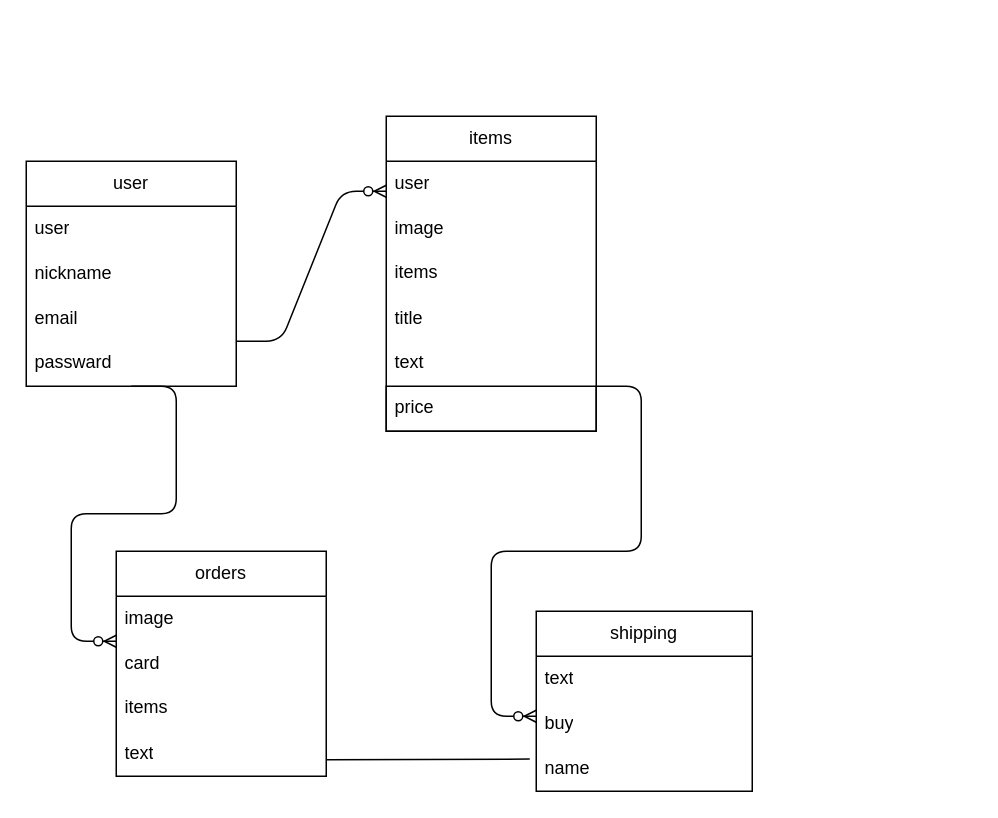
The draw.io diagram furima.dio in 20230824/furima-39867, before the edit. Source tidied: cells renumbered, new cells numbered last; positions are measured from the earlier drawing's top-left corner, leaving out a move shared by most shapes. Both pictures are drawn from the tidied source at 150%, with x=0, y=0 at pixel (26, 116).
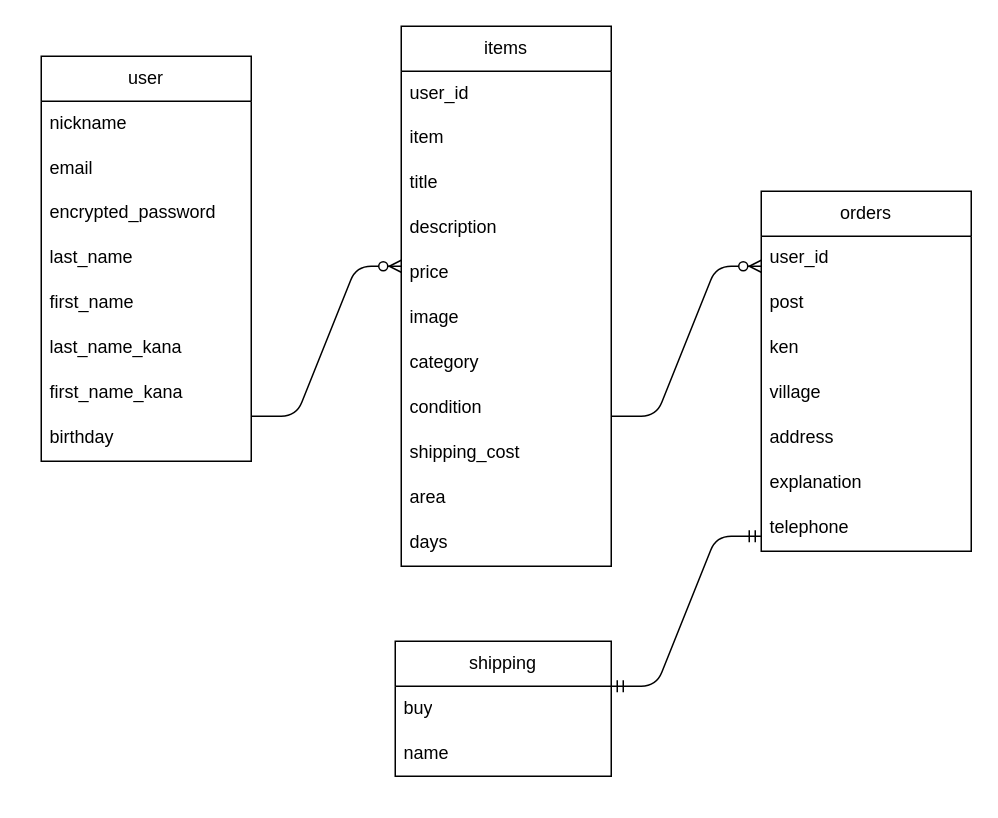
The same diagram, later.

Commit message (it also covers changes not shown here):
データベース設計、修正

Diff of the diagram source:
```diff
@@
     <mxCell id="2" value="user" style="swimlane;fontStyle=0;horizontal=1;startSize=30;whiteSpace=wrap;html=1;" parent="1" vertex="1">
-      <mxGeometry y="30" width="140" height="150" as="geometry" />
+      <mxGeometry x="10" y="-40" width="140" height="270" as="geometry" />
     </mxCell>
-    <mxCell id="3" value="user" style="text;strokeColor=none;fillColor=none;align=left;verticalAlign=middle;spacingLeft=4;spacingRight=4;overflow=hidden;whiteSpace=wrap;html=1;" parent="2" vertex="1">
-      <mxGeometry y="30" width="140" height="30" as="geometry" />
-    </mxCell>
     <mxCell id="4" value="nickname" style="text;strokeColor=none;fillColor=none;align=left;verticalAlign=middle;spacingLeft=4;spacingRight=4;overflow=hidden;whiteSpace=wrap;html=1;" parent="2" vertex="1">
-      <mxGeometry y="60" width="140" height="30" as="geometry" />
+      <mxGeometry y="30" width="140" height="30" as="geometry" />
     </mxCell>
-    <mxCell id="5" style="edgeStyle=entityRelationEdgeStyle;fontSize=12;html=1;endArrow=ERzeroToMany;endFill=1;" parent="2" edge="1">
-      <mxGeometry relative="1" as="geometry">
-        <mxPoint x="70" y="150" as="sourcePoint" />
-        <mxPoint x="60" y="320" as="targetPoint" />
-      </mxGeometry>
-    </mxCell>
     <mxCell id="6" value="email" style="text;strokeColor=none;fillColor=none;align=left;verticalAlign=middle;spacingLeft=4;spacingRight=4;overflow=hidden;whiteSpace=wrap;html=1;" parent="2" vertex="1">
-      <mxGeometry y="90" width="140" height="30" as="geometry" />
+      <mxGeometry y="60" width="140" height="30" as="geometry" />
     </mxCell>
+    <mxCell id="27" value="encrypted_password&#10;&#10;" style="text;strokeColor=none;fillColor=none;spacingLeft=4;spacingRight=4;overflow=hidden;fontSize=12;" parent="2" vertex="1">
+      <mxGeometry y="90" width="140" height="30" as="geometry" />
+    </mxCell>
+    <mxCell id="28" value="last_name &#10;&#10;" style="text;strokeColor=none;fillColor=none;spacingLeft=4;spacingRight=4;overflow=hidden;fontSize=12;" parent="2" vertex="1">
+      <mxGeometry y="120" width="140" height="30" as="geometry" />
+    </mxCell>
+    <mxCell id="29" value="first_name" style="text;strokeColor=none;fillColor=none;spacingLeft=4;spacingRight=4;overflow=hidden;fontSize=12;" parent="2" vertex="1">
+      <mxGeometry y="150" width="140" height="30" as="geometry" />
+    </mxCell>
-    <mxCell id="7" value="passward" style="text;strokeColor=none;fillColor=none;spacingLeft=4;spacingRight=4;overflow=hidden;fontSize=12;" parent="2" vertex="1">
-      <mxGeometry y="120" width="140" height="30" as="geometry" />
+    <mxCell id="7" value="last_name_kana&#10;&#10;" style="text;strokeColor=none;fillColor=none;spacingLeft=4;spacingRight=4;overflow=hidden;fontSize=12;" parent="2" vertex="1">
+      <mxGeometry y="180" width="140" height="30" as="geometry" />
     </mxCell>
+    <mxCell id="30" value="first_name_kana" style="text;strokeColor=none;fillColor=none;spacingLeft=4;spacingRight=4;overflow=hidden;fontSize=12;" parent="2" vertex="1">
+      <mxGeometry y="210" width="140" height="30" as="geometry" />
+    </mxCell>
+    <mxCell id="31" value="birthday " style="text;strokeColor=none;fillColor=none;spacingLeft=4;spacingRight=4;overflow=hidden;fontSize=12;" parent="2" vertex="1">
+      <mxGeometry y="240" width="140" height="30" as="geometry" />
+    </mxCell>
     <mxCell id="8" value="shipping" style="swimlane;fontStyle=0;horizontal=1;startSize=30;whiteSpace=wrap;html=1;" parent="1" vertex="1">
-      <mxGeometry x="340" y="330" width="144" height="120" as="geometry" />
+      <mxGeometry x="246" y="350" width="144" height="90" as="geometry" />
     </mxCell>
-    <mxCell id="9" value="text" style="text;strokeColor=none;fillColor=none;align=left;verticalAlign=middle;spacingLeft=4;spacingRight=4;overflow=hidden;whiteSpace=wrap;html=1;" parent="8" vertex="1">
-      <mxGeometry y="30" width="144" height="30" as="geometry" />
-    </mxCell>
     <mxCell id="10" value="buy" style="text;strokeColor=none;fillColor=none;align=left;verticalAlign=middle;spacingLeft=4;spacingRight=4;overflow=hidden;whiteSpace=wrap;html=1;" parent="8" vertex="1">
-      <mxGeometry y="60" width="144" height="30" as="geometry" />
+      <mxGeometry y="30" width="144" height="30" as="geometry" />
     </mxCell>
     <mxCell id="11" value="name" style="text;strokeColor=none;fillColor=none;align=left;verticalAlign=middle;spacingLeft=4;spacingRight=4;overflow=hidden;points=[[0,0.5],[1,0.5]];portConstraint=eastwest;whiteSpace=wrap;html=1;" parent="8" vertex="1">
-      <mxGeometry y="90" width="144" height="30" as="geometry" />
+      <mxGeometry y="60" width="144" height="30" as="geometry" />
     </mxCell>
     <mxCell id="12" value="items" style="swimlane;fontStyle=0;horizontal=1;startSize=30;whiteSpace=wrap;html=1;" parent="1" vertex="1">
-      <mxGeometry x="240" width="140" height="210" as="geometry" />
+      <mxGeometry x="250" y="-60" width="140" height="360" as="geometry" />
     </mxCell>
-    <mxCell id="13" value="user" style="text;strokeColor=none;fillColor=none;align=left;verticalAlign=middle;spacingLeft=4;spacingRight=4;overflow=hidden;whiteSpace=wrap;html=1;" parent="12" vertex="1">
+    <mxCell id="13" value="user_id" style="text;strokeColor=none;fillColor=none;align=left;verticalAlign=middle;spacingLeft=4;spacingRight=4;overflow=hidden;whiteSpace=wrap;html=1;" parent="12" vertex="1">
       <mxGeometry y="30" width="140" height="30" as="geometry" />
     </mxCell>
-    <mxCell id="14" value="image" style="text;strokeColor=none;fillColor=none;align=left;verticalAlign=middle;spacingLeft=4;spacingRight=4;overflow=hidden;whiteSpace=wrap;html=1;" parent="12" vertex="1">
-      <mxGeometry y="60" width="140" height="30" as="geometry" />
-    </mxCell>
+    <mxCell id="32" value="item" style="text;strokeColor=none;fillColor=none;spacingLeft=4;spacingRight=4;overflow=hidden;fontSize=12;" parent="12" vertex="1">
+      <mxGeometry y="60" width="140" height="30" as="geometry" />
+    </mxCell>
-    <mxCell id="15" value="items" style="text;strokeColor=none;fillColor=none;spacingLeft=4;spacingRight=4;overflow=hidden;fontSize=12;" parent="12" vertex="1">
+    <mxCell id="15" value="title " style="text;strokeColor=none;fillColor=none;spacingLeft=4;spacingRight=4;overflow=hidden;fontSize=12;" parent="12" vertex="1">
       <mxGeometry y="90" width="140" height="30" as="geometry" />
     </mxCell>
-    <mxCell id="16" value="title" style="text;strokeColor=none;fillColor=none;align=left;verticalAlign=middle;spacingLeft=4;spacingRight=4;overflow=hidden;whiteSpace=wrap;html=1;" parent="12" vertex="1">
-      <mxGeometry y="120" width="140" height="30" as="geometry" />
-    </mxCell>
+    <mxCell id="33" value="description " style="text;strokeColor=none;fillColor=none;spacingLeft=4;spacingRight=4;overflow=hidden;fontSize=12;" parent="12" vertex="1">
+      <mxGeometry y="120" width="140" height="30" as="geometry" />
+    </mxCell>
+    <mxCell id="18" value="price" style="text;strokeColor=none;fillColor=none;spacingLeft=4;spacingRight=4;overflow=hidden;fontSize=12;" parent="12" vertex="1">
+      <mxGeometry y="150" width="140" height="30" as="geometry" />
+    </mxCell>
+    <mxCell id="34" value="image" style="text;strokeColor=none;fillColor=none;spacingLeft=4;spacingRight=4;overflow=hidden;fontSize=12;" parent="12" vertex="1">
+      <mxGeometry y="180" width="140" height="30" as="geometry" />
+    </mxCell>
+    <mxCell id="35" value="category " style="text;strokeColor=none;fillColor=none;spacingLeft=4;spacingRight=4;overflow=hidden;fontSize=12;" parent="12" vertex="1">
+      <mxGeometry y="210" width="140" height="30" as="geometry" />
+    </mxCell>
-    <mxCell id="17" value="text" style="text;strokeColor=none;fillColor=none;spacingLeft=4;spacingRight=4;overflow=hidden;fontSize=12;" parent="12" vertex="1">
-      <mxGeometry y="150" width="140" height="30" as="geometry" />
+    <mxCell id="17" value="condition" style="text;strokeColor=none;fillColor=none;spacingLeft=4;spacingRight=4;overflow=hidden;fontSize=12;" parent="12" vertex="1">
+      <mxGeometry y="240" width="140" height="30" as="geometry" />
     </mxCell>
-    <mxCell id="18" value="price" style="text;strokeColor=default;fillColor=none;spacingLeft=4;spacingRight=4;overflow=hidden;fontSize=12;" parent="12" vertex="1">
-      <mxGeometry y="180" width="140" height="30" as="geometry" />
-    </mxCell>
-    <mxCell id="19" style="edgeStyle=entityRelationEdgeStyle;fontSize=12;html=1;endArrow=ERzeroToMany;endFill=1;" parent="1" edge="1">
-      <mxGeometry relative="1" as="geometry">
-        <mxPoint x="140" y="150" as="sourcePoint" />
-        <mxPoint x="240" y="50" as="targetPoint" />
-      </mxGeometry>
-    </mxCell>
+    <mxCell id="36" value="shipping_cost" style="text;strokeColor=none;fillColor=none;spacingLeft=4;spacingRight=4;overflow=hidden;fontSize=12;" parent="12" vertex="1">
+      <mxGeometry y="270" width="140" height="30" as="geometry" />
+    </mxCell>
+    <mxCell id="37" value="area " style="text;strokeColor=none;fillColor=none;spacingLeft=4;spacingRight=4;overflow=hidden;fontSize=12;" parent="12" vertex="1">
+      <mxGeometry y="300" width="140" height="30" as="geometry" />
+    </mxCell>
+    <mxCell id="38" value="days  " style="text;strokeColor=none;fillColor=none;spacingLeft=4;spacingRight=4;overflow=hidden;fontSize=12;" parent="12" vertex="1">
+      <mxGeometry y="330" width="140" height="30" as="geometry" />
+    </mxCell>
     <mxCell id="20" value="orders" style="swimlane;fontStyle=0;horizontal=1;startSize=30;whiteSpace=wrap;html=1;" parent="1" vertex="1">
-      <mxGeometry x="60" y="290" width="140" height="150" as="geometry" />
+      <mxGeometry x="490" y="50" width="140" height="240" as="geometry" />
     </mxCell>
-    <mxCell id="21" value="image" style="text;strokeColor=none;fillColor=none;align=left;verticalAlign=middle;spacingLeft=4;spacingRight=4;overflow=hidden;whiteSpace=wrap;html=1;" parent="20" vertex="1">
-      <mxGeometry y="30" width="140" height="30" as="geometry" />
-    </mxCell>
-    <mxCell id="22" value="card" style="text;strokeColor=none;fillColor=none;align=left;verticalAlign=middle;spacingLeft=4;spacingRight=4;overflow=hidden;whiteSpace=wrap;html=1;" parent="20" vertex="1">
-      <mxGeometry y="60" width="140" height="30" as="geometry" />
-    </mxCell>
+    <mxCell id="39" value="user_id&#10;&#10;" style="text;strokeColor=none;fillColor=none;spacingLeft=4;spacingRight=4;overflow=hidden;fontSize=12;" parent="20" vertex="1">
+      <mxGeometry y="30" width="140" height="30" as="geometry" />
+    </mxCell>
-    <mxCell id="23" value="items" style="text;strokeColor=none;fillColor=none;spacingLeft=4;spacingRight=4;overflow=hidden;fontSize=12;" parent="20" vertex="1">
-      <mxGeometry y="90" width="140" height="30" as="geometry" />
+    <mxCell id="23" value="post" style="text;strokeColor=none;fillColor=none;spacingLeft=4;spacingRight=4;overflow=hidden;fontSize=12;" parent="20" vertex="1">
+      <mxGeometry y="60" width="140" height="30" as="geometry" />
     </mxCell>
-    <mxCell id="24" value="text" style="text;strokeColor=none;fillColor=none;align=left;verticalAlign=middle;spacingLeft=4;spacingRight=4;overflow=hidden;whiteSpace=wrap;html=1;" parent="20" vertex="1">
-      <mxGeometry y="120" width="140" height="30" as="geometry" />
-    </mxCell>
-    <mxCell id="25" style="edgeStyle=entityRelationEdgeStyle;fontSize=12;html=1;endArrow=ERzeroToMany;endFill=1;" parent="1" edge="1">
-      <mxGeometry relative="1" as="geometry">
-        <mxPoint x="380" y="180" as="sourcePoint" />
-        <mxPoint x="340" y="400" as="targetPoint" />
-      </mxGeometry>
-    </mxCell>
-    <mxCell id="26" style="endArrow=none;html=1;rounded=0;entryX=-0.03;entryY=0.286;entryDx=0;entryDy=0;entryPerimeter=0;" parent="1" edge="1" target="11">
-      <mxGeometry relative="1" as="geometry">
-        <mxPoint x="200" y="429" as="sourcePoint" />
-      </mxGeometry>
-    </mxCell>
+    <mxCell id="40" value="ken " style="text;strokeColor=none;fillColor=none;spacingLeft=4;spacingRight=4;overflow=hidden;fontSize=12;" parent="20" vertex="1">
+      <mxGeometry y="90" width="140" height="30" as="geometry" />
+    </mxCell>
+    <mxCell id="41" value="village" style="text;strokeColor=none;fillColor=none;spacingLeft=4;spacingRight=4;overflow=hidden;fontSize=12;" parent="20" vertex="1">
+      <mxGeometry y="120" width="140" height="30" as="geometry" />
+    </mxCell>
+    <mxCell id="42" value="address" style="text;strokeColor=none;fillColor=none;spacingLeft=4;spacingRight=4;overflow=hidden;fontSize=12;" parent="20" vertex="1">
+      <mxGeometry y="150" width="140" height="30" as="geometry" />
+    </mxCell>
+    <mxCell id="43" value="explanation" style="text;strokeColor=none;fillColor=none;spacingLeft=4;spacingRight=4;overflow=hidden;fontSize=12;" parent="20" vertex="1">
+      <mxGeometry y="180" width="140" height="30" as="geometry" />
+    </mxCell>
+    <mxCell id="44" value="telephone" style="text;strokeColor=none;fillColor=none;spacingLeft=4;spacingRight=4;overflow=hidden;fontSize=12;" parent="20" vertex="1">
+      <mxGeometry y="210" width="140" height="30" as="geometry" />
+    </mxCell>
+    <mxCell id="45" style="edgeStyle=entityRelationEdgeStyle;fontSize=12;html=1;endArrow=ERzeroToMany;endFill=1;" parent="1" edge="1">
+      <mxGeometry relative="1" as="geometry">
+        <mxPoint x="150" y="200" as="sourcePoint" />
+        <mxPoint x="250" y="100" as="targetPoint" />
+      </mxGeometry>
+    </mxCell>
+    <mxCell id="46" style="edgeStyle=entityRelationEdgeStyle;fontSize=12;html=1;endArrow=ERzeroToMany;endFill=1;" parent="1" edge="1">
+      <mxGeometry relative="1" as="geometry">
+        <mxPoint x="390" y="200" as="sourcePoint" />
+        <mxPoint x="490" y="100" as="targetPoint" />
+      </mxGeometry>
+    </mxCell>
+    <mxCell id="47" style="edgeStyle=entityRelationEdgeStyle;fontSize=12;html=1;endArrow=ERmandOne;startArrow=ERmandOne;" parent="1" edge="1">
+      <mxGeometry relative="1" as="geometry">
+        <mxPoint x="390" y="380" as="sourcePoint" />
+        <mxPoint x="490" y="280" as="targetPoint" />
+      </mxGeometry>
+    </mxCell>
```
